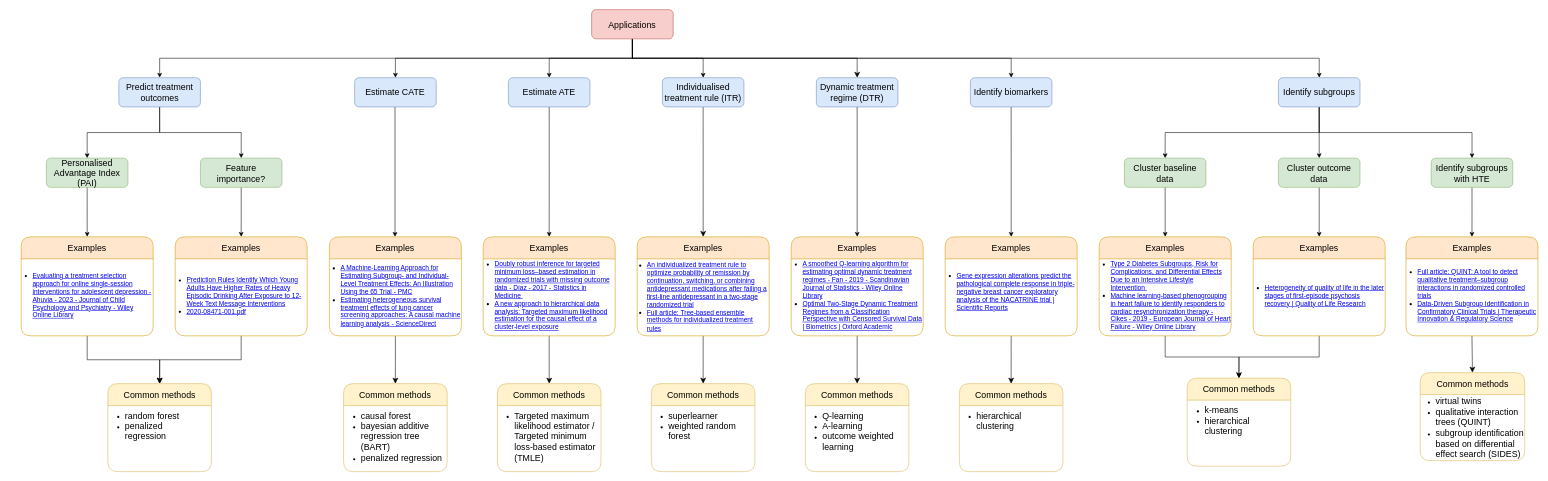
Above: applications.drawio in txx4986/ML-in-RCT (draw.io), before the change. Source tidied: cells renumbered, new cells numbered last; positions are measured from the earlier drawing's top-left corner, leaving out a move shared by most shapes. Both pictures are drawn from the tidied source at 55%, with x=0, y=0 at pixel (9, 9).
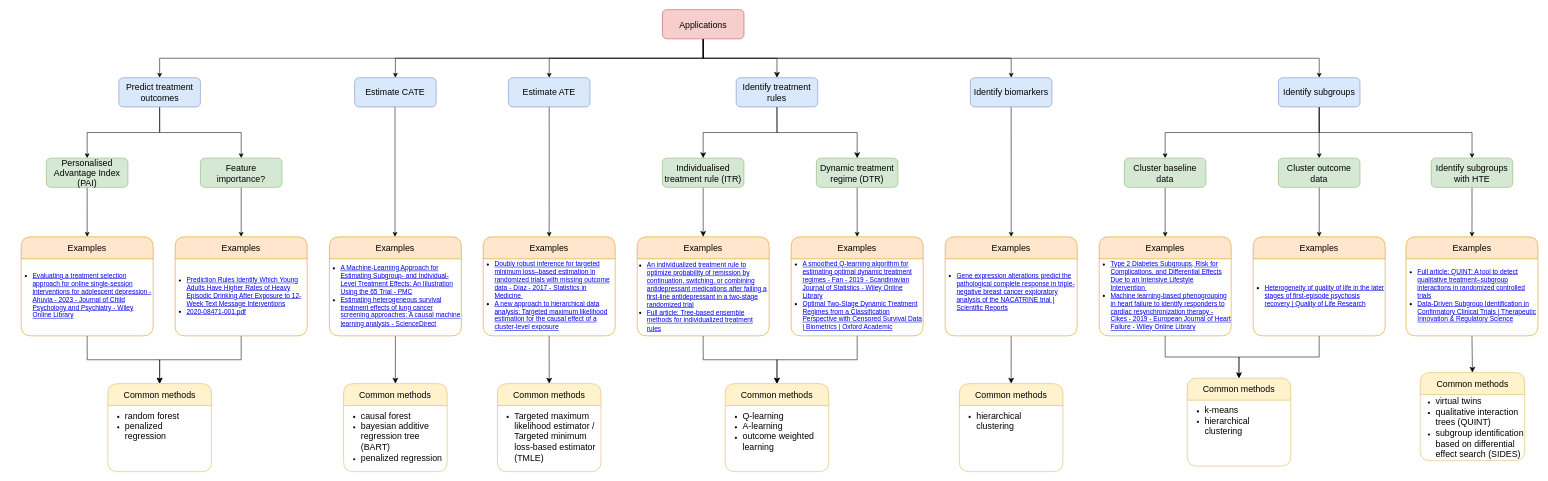
The same diagram, later.

The change refers to these unchanged cells:
```xml
<mxCell id="46" value="&lt;font&gt;Examples&lt;/font&gt;" style="swimlane;whiteSpace=wrap;html=1;rounded=1;fillColor=#ffe6cc;strokeColor=#d79b00;startSize=40;fontSize=16;fontStyle=0;" parent="1" vertex="1">
  <mxGeometry x="1141" y="413.1" width="240" height="180" as="geometry" />
</mxCell>
<mxCell id="111" value="&lt;font&gt;Examples&lt;/font&gt;" style="swimlane;whiteSpace=wrap;html=1;rounded=1;fillColor=#ffe6cc;strokeColor=#d79b00;startSize=40;fontSize=16;fontStyle=0;" parent="1" vertex="1">
  <mxGeometry x="1421" y="413.1" width="240" height="180" as="geometry" />
</mxCell>
```

Change to the diagram source:
```diff
@@
-    <mxCell id="5" style="edgeStyle=orthogonalEdgeStyle;rounded=0;jettySize=auto;html=1;exitX=0.5;exitY=1;exitDx=0;exitDy=0;entryX=0.5;entryY=0;entryDx=0;entryDy=0;" parent="1" edge="1" source="9" target="20">
-      <mxGeometry relative="1" as="geometry" />
-    </mxCell>
@@
-    <mxCell id="8" style="edgeStyle=orthogonalEdgeStyle;rounded=0;jettySize=auto;html=1;exitX=0.5;exitY=1;exitDx=0;exitDy=0;entryX=0.5;entryY=0;entryDx=0;entryDy=0;fontSize=12;startSize=8;endSize=8;" parent="1" edge="1" source="9" target="109">
-      <mxGeometry relative="1" as="geometry" />
-    </mxCell>
+    <mxCell id="119" style="edgeStyle=orthogonalEdgeStyle;rounded=0;jettySize=auto;html=1;exitX=0.5;exitY=1;exitDx=0;exitDy=0;entryX=0.5;entryY=0;entryDx=0;entryDy=0;fontSize=12;startSize=8;endSize=8;" parent="1" edge="1" source="9" target="122">
+      <mxGeometry relative="1" as="geometry" />
+    </mxCell>
     <mxCell id="9" value="Applications" style="rounded=1;whiteSpace=wrap;html=1;fillColor=#f8cecc;strokeColor=#b85450;fontSize=16;" parent="1" vertex="1">
-      <mxGeometry x="1058.2" width="148.3" height="53.1" as="geometry" />
+      <mxGeometry x="1186.9" width="148.3" height="53.1" as="geometry" />
     </mxCell>
@@
-    <mxCell id="20" value="Individualised treatment rule (ITR)" style="rounded=1;whiteSpace=wrap;html=1;fillColor=#dae8fc;strokeColor=#6c8ebf;fontSize=16;" parent="1" vertex="1">
-      <mxGeometry x="1186.8" y="123.8" width="148.3" height="53.1" as="geometry" />
+    <mxCell id="20" value="Individualised treatment rule (ITR)" style="rounded=1;whiteSpace=wrap;html=1;fillColor=#d5e8d4;strokeColor=#82b366;fontSize=16;" parent="1" vertex="1">
+      <mxGeometry x="1186.8" y="270" width="148.3" height="53.1" as="geometry" />
     </mxCell>
@@
-    <mxCell id="45" style="edgeStyle=none;curved=1;rounded=0;jettySize=auto;html=1;exitX=0.5;exitY=1;exitDx=0;exitDy=0;entryX=0.5;entryY=0;entryDx=0;entryDy=0;fontSize=12;startSize=8;endSize=8;" parent="1" edge="1" source="46" target="92">
+    <mxCell id="45" style="edgeStyle=orthogonalEdgeStyle;rounded=0;jettySize=auto;html=1;exitX=0.5;exitY=1;exitDx=0;exitDy=0;entryX=0.5;entryY=0;entryDx=0;entryDy=0;fontSize=12;startSize=8;endSize=8;" parent="1" edge="1" source="46" target="115">
       <mxGeometry relative="1" as="geometry" />
     </mxCell>
@@
-    <mxCell id="92" value="&lt;font&gt;Common methods&lt;/font&gt;" style="swimlane;whiteSpace=wrap;html=1;rounded=1;fillColor=#fff2cc;strokeColor=#d6b656;startSize=40;fontSize=16;fontStyle=0;" parent="1" vertex="1">
-      <mxGeometry x="1166.8" y="680" width="188.3" height="160" as="geometry" />
-    </mxCell>
-    <mxCell id="93" value="&lt;ul&gt;&lt;li&gt;&lt;span style=&quot;font-size: 16px;&quot;&gt;superlearner&lt;/span&gt;&lt;/li&gt;&lt;li&gt;&lt;span style=&quot;font-size: 16px;&quot;&gt;weighted random forest&lt;/span&gt;&lt;/li&gt;&lt;/ul&gt;" style="text;html=1;align=left;verticalAlign=top;whiteSpace=wrap;rounded=0;labelPosition=center;verticalLabelPosition=middle;" parent="92" vertex="1">
-      <mxGeometry x="-10.5" y="30" width="190.5" height="120" as="geometry" />
-    </mxCell>
-    <mxCell id="94" style="edgeStyle=none;curved=1;rounded=0;orthogonalLoop=1;jettySize=auto;html=1;exitX=0.75;exitY=1;exitDx=0;exitDy=0;fontSize=12;startSize=8;endSize=8;" parent="92" edge="1" source="93" target="93">
-      <mxGeometry relative="1" as="geometry" />
-    </mxCell>
-    <mxCell id="95" style="edgeStyle=none;curved=1;rounded=0;orthogonalLoop=1;jettySize=auto;html=1;exitX=0.75;exitY=1;exitDx=0;exitDy=0;fontSize=12;startSize=8;endSize=8;" parent="92" edge="1" source="93" target="93">
-      <mxGeometry relative="1" as="geometry" />
-    </mxCell>
@@
-    <mxCell id="109" value="Dynamic treatment regime (DTR)" style="rounded=1;whiteSpace=wrap;html=1;fillColor=#dae8fc;strokeColor=#6c8ebf;fontSize=16;" parent="1" vertex="1">
-      <mxGeometry x="1466.8" y="123.8" width="148.3" height="53.1" as="geometry" />
+    <mxCell id="109" value="Dynamic treatment regime (DTR)" style="rounded=1;whiteSpace=wrap;html=1;fillColor=#d5e8d4;strokeColor=#82b366;fontSize=16;" parent="1" vertex="1">
+      <mxGeometry x="1466.8" y="270" width="148.3" height="53.1" as="geometry" />
     </mxCell>
-    <mxCell id="110" style="edgeStyle=none;curved=1;rounded=0;jettySize=auto;html=1;exitX=0.5;exitY=1;exitDx=0;exitDy=0;entryX=0.5;entryY=0;entryDx=0;entryDy=0;fontSize=12;startSize=8;endSize=8;" parent="1" edge="1" source="111" target="115">
+    <mxCell id="110" style="edgeStyle=orthogonalEdgeStyle;rounded=0;jettySize=auto;html=1;exitX=0.5;exitY=1;exitDx=0;exitDy=0;entryX=0.5;entryY=0;entryDx=0;entryDy=0;fontSize=12;startSize=8;endSize=8;" parent="1" edge="1" source="111" target="115">
       <mxGeometry relative="1" as="geometry" />
     </mxCell>
@@
     <mxCell id="115" value="&lt;font&gt;Common methods&lt;/font&gt;" style="swimlane;whiteSpace=wrap;html=1;rounded=1;fillColor=#fff2cc;strokeColor=#d6b656;startSize=40;fontSize=16;fontStyle=0;" parent="1" vertex="1">
-      <mxGeometry x="1446.8" y="680" width="188.3" height="160" as="geometry" />
+      <mxGeometry x="1301" y="680" width="188.3" height="160" as="geometry" />
     </mxCell>
@@
+    <mxCell id="120" style="edgeStyle=orthogonalEdgeStyle;rounded=0;jettySize=auto;html=1;exitX=0.5;exitY=1;exitDx=0;exitDy=0;entryX=0.5;entryY=0;entryDx=0;entryDy=0;fontSize=12;startSize=8;endSize=8;" parent="1" edge="1" source="122" target="20">
+      <mxGeometry relative="1" as="geometry" />
+    </mxCell>
+    <mxCell id="121" style="edgeStyle=orthogonalEdgeStyle;rounded=0;jettySize=auto;html=1;exitX=0.5;exitY=1;exitDx=0;exitDy=0;entryX=0.5;entryY=0;entryDx=0;entryDy=0;fontSize=12;startSize=8;endSize=8;" parent="1" edge="1" source="122" target="109">
+      <mxGeometry relative="1" as="geometry" />
+    </mxCell>
+    <mxCell id="122" value="Identify treatment rules" style="rounded=1;whiteSpace=wrap;html=1;fillColor=#dae8fc;strokeColor=#6c8ebf;fontSize=16;" parent="1" vertex="1">
+      <mxGeometry x="1321" y="123.8" width="148.3" height="53.1" as="geometry" />
+    </mxCell>
```
